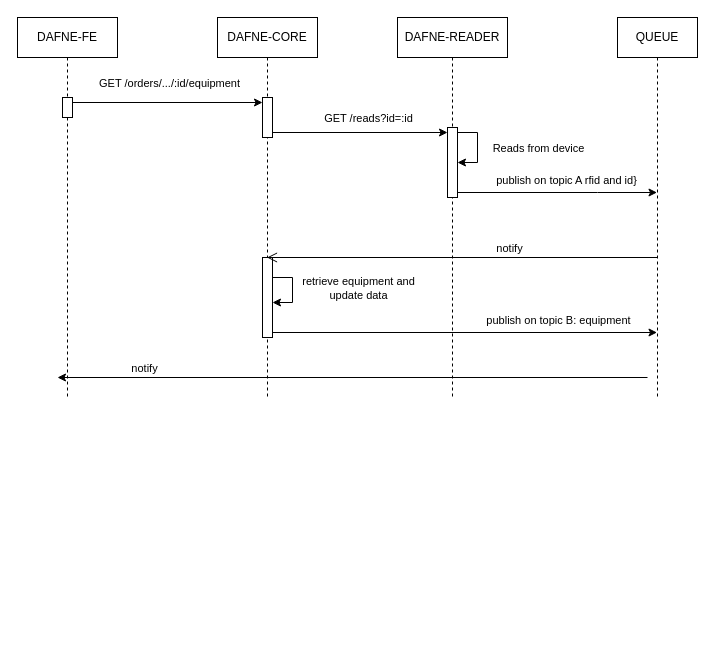
Before: rfid_readers.drawio in Daviderendina/DAFNE, a draw.io diagram. Source tidied: cells renumbered, new cells numbered last; positions are measured from the earlier drawing's top-left corner, leaving out a move shared by most shapes. Both pictures are drawn from the tidied source at 100%, with x=0, y=0 at pixel (17, 17).
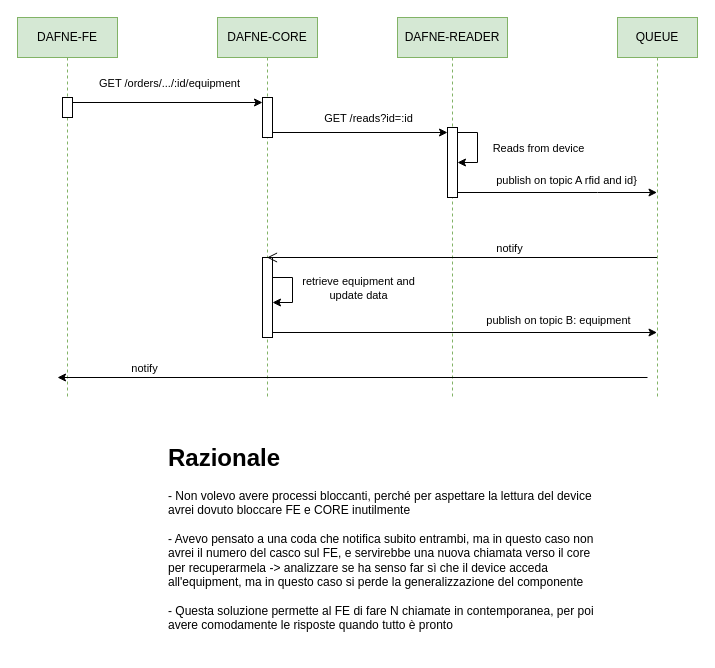
The same diagram, later.

Diff of the diagram source:
```diff
@@
-    <mxCell id="2" value="DAFNE-FE" style="shape=umlLifeline;perimeter=lifelinePerimeter;whiteSpace=wrap;html=1;newEdgeStyle={&quot;curved&quot;:0,&quot;rounded&quot;:0};" parent="1" vertex="1">
+    <mxCell id="2" value="DAFNE-FE" style="shape=umlLifeline;perimeter=lifelinePerimeter;whiteSpace=wrap;html=1;newEdgeStyle={&quot;curved&quot;:0,&quot;rounded&quot;:0};fillColor=#d5e8d4;strokeColor=#82b366;" parent="1" vertex="1">
       <mxGeometry width="100" height="380" as="geometry" />
     </mxCell>
@@
-    <mxCell id="4" value="DAFNE-CORE" style="shape=umlLifeline;perimeter=lifelinePerimeter;whiteSpace=wrap;html=1;newEdgeStyle={&quot;curved&quot;:0,&quot;rounded&quot;:0};" parent="1" vertex="1">
+    <mxCell id="4" value="DAFNE-CORE" style="shape=umlLifeline;perimeter=lifelinePerimeter;whiteSpace=wrap;html=1;newEdgeStyle={&quot;curved&quot;:0,&quot;rounded&quot;:0};fillColor=#d5e8d4;strokeColor=#82b366;" parent="1" vertex="1">
       <mxGeometry x="200" width="100" height="380" as="geometry" />
     </mxCell>
@@
-    <mxCell id="9" value="DAFNE-READER" style="shape=umlLifeline;perimeter=lifelinePerimeter;whiteSpace=wrap;html=1;newEdgeStyle={&quot;curved&quot;:0,&quot;rounded&quot;:0};" parent="1" vertex="1">
+    <mxCell id="9" value="DAFNE-READER" style="shape=umlLifeline;perimeter=lifelinePerimeter;whiteSpace=wrap;html=1;newEdgeStyle={&quot;curved&quot;:0,&quot;rounded&quot;:0};fillColor=#d5e8d4;strokeColor=#82b366;" parent="1" vertex="1">
       <mxGeometry x="380" width="110" height="380" as="geometry" />
     </mxCell>
@@
-    <mxCell id="15" value="QUEUE" style="shape=umlLifeline;perimeter=lifelinePerimeter;whiteSpace=wrap;html=1;outlineConnect=0;portConstraint=eastwest;newEdgeStyle={&quot;curved&quot;:0,&quot;rounded&quot;:0};" parent="1" vertex="1">
+    <mxCell id="15" value="QUEUE" style="shape=umlLifeline;perimeter=lifelinePerimeter;whiteSpace=wrap;html=1;outlineConnect=0;portConstraint=eastwest;newEdgeStyle={&quot;curved&quot;:0,&quot;rounded&quot;:0};fillColor=#d5e8d4;strokeColor=#82b366;" parent="1" vertex="1">
       <mxGeometry x="600" width="80" height="380" as="geometry" />
     </mxCell>
@@
+    <mxCell id="26" value="&lt;h1 style=&quot;margin-top: 0px;&quot;&gt;Razionale&lt;br&gt;&lt;/h1&gt;&lt;p&gt;- Non volevo avere processi bloccanti, perché per aspettare la lettura del device avrei dovuto bloccare FE e CORE inutilmente&lt;br&gt;&lt;br&gt;- Avevo pensato a una coda che notifica subito entrambi, ma in questo caso non avrei il numero del casco sul FE, e servirebbe una nuova chiamata verso il core per recuperarmela -&amp;gt; analizzare se ha senso far sì che il device acceda all'equipment, ma in questo caso si perde la generalizzazione del componente&lt;br&gt;&lt;br&gt;- Questa soluzione permette al FE di fare N chiamate in contemporanea, per poi avere comodamente le risposte quando tutto è pronto&lt;br&gt;&lt;/p&gt;" style="text;html=1;whiteSpace=wrap;overflow=hidden;rounded=0;" parent="1" vertex="1">
+      <mxGeometry x="149" y="420" width="430" height="210" as="geometry" />
+    </mxCell>
```
